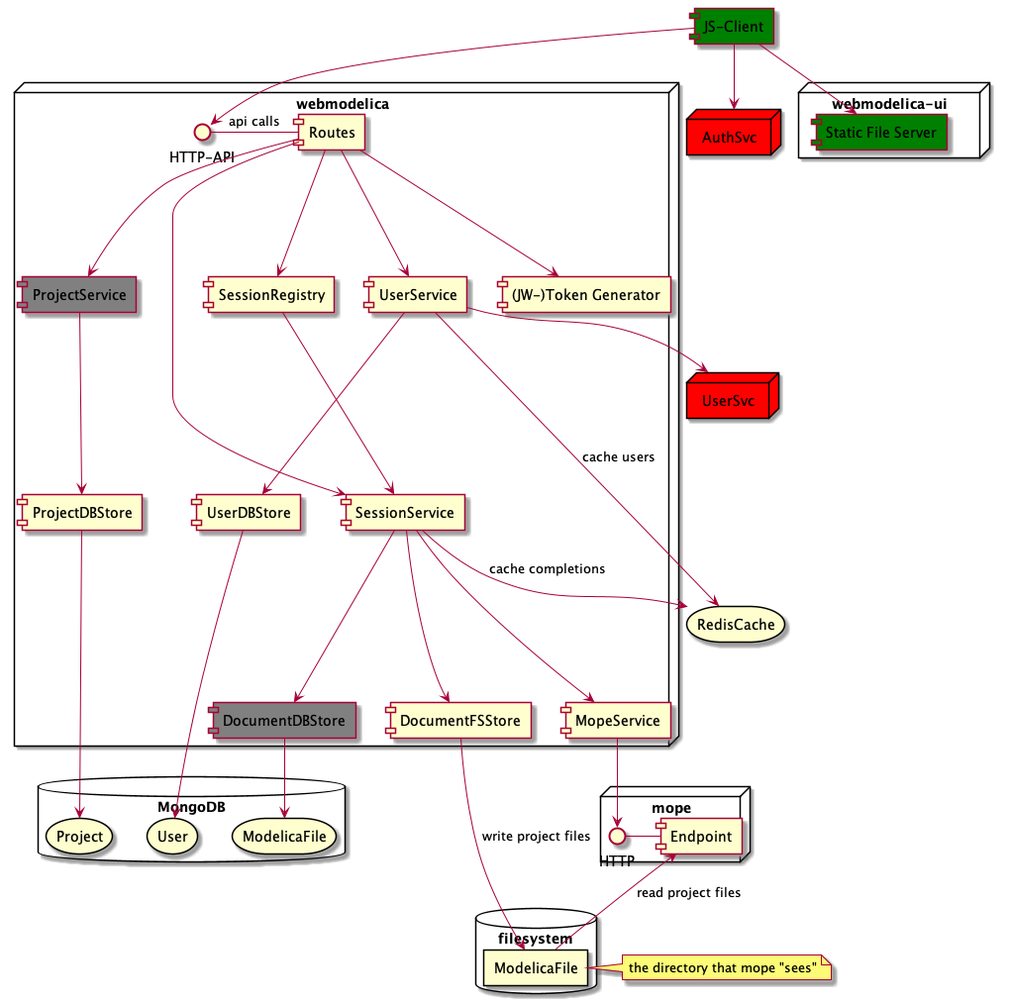
Above: doc/images/components.png in THM-MoTE/webmodelica (PlantUML), before the change. The source it was exported from:
```plantuml
@startuml

[JS-Client] #Green

node UserSvc #red
node AuthSvc #red

node "webmodelica-ui" {
  [Static File Server] #Green
  [JS-Client] --> [Static File Server]
}

node "webmodelica" {
  () "HTTP-API" as wm_http
  [JS-Client] --> wm_http
  [JS-Client] --> AuthSvc
  [ProjectService] #Grey
  [UserService] --> UserSvc
  [DocumentDBStore] #Grey
  wm_http - [Routes] : "api calls"

  [Routes] --> [SessionService]
  [Routes] --> [SessionRegistry]
  [Routes] --> [ProjectService]
  [Routes] --> [UserService]
  [Routes] --> [(JW-)Token Generator]

  [ProjectService] --> [ProjectDBStore]
  [UserService] --> [UserDBStore]

  [SessionRegistry] --> [SessionService]

  [SessionService] --> [DocumentFSStore]
  [SessionService] --> [DocumentDBStore]
  [SessionService] --> [MopeService]
}

node "mope" {
  () "HTTP" as mope_http
  [MopeService] --> mope_http
  mope_http - [Endpoint]
}

storage RedisCache

database MongoDB {
  storage User
  storage Project
  storage ModelicaFile as doc_file
}

database "filesystem" {
  rectangle ModelicaFile as fs_file
}
note left of fs_file : the directory that mope "sees"

[ProjectDBStore] --> Project
[UserDBStore] --> User
[UserService] --> RedisCache : cache users
[SessionService] --> RedisCache : cache completions
[DocumentDBStore] --> doc_file
[DocumentFSStore] --> fs_file : write project files

[Endpoint] <-- fs_file : read project files
@enduml
```
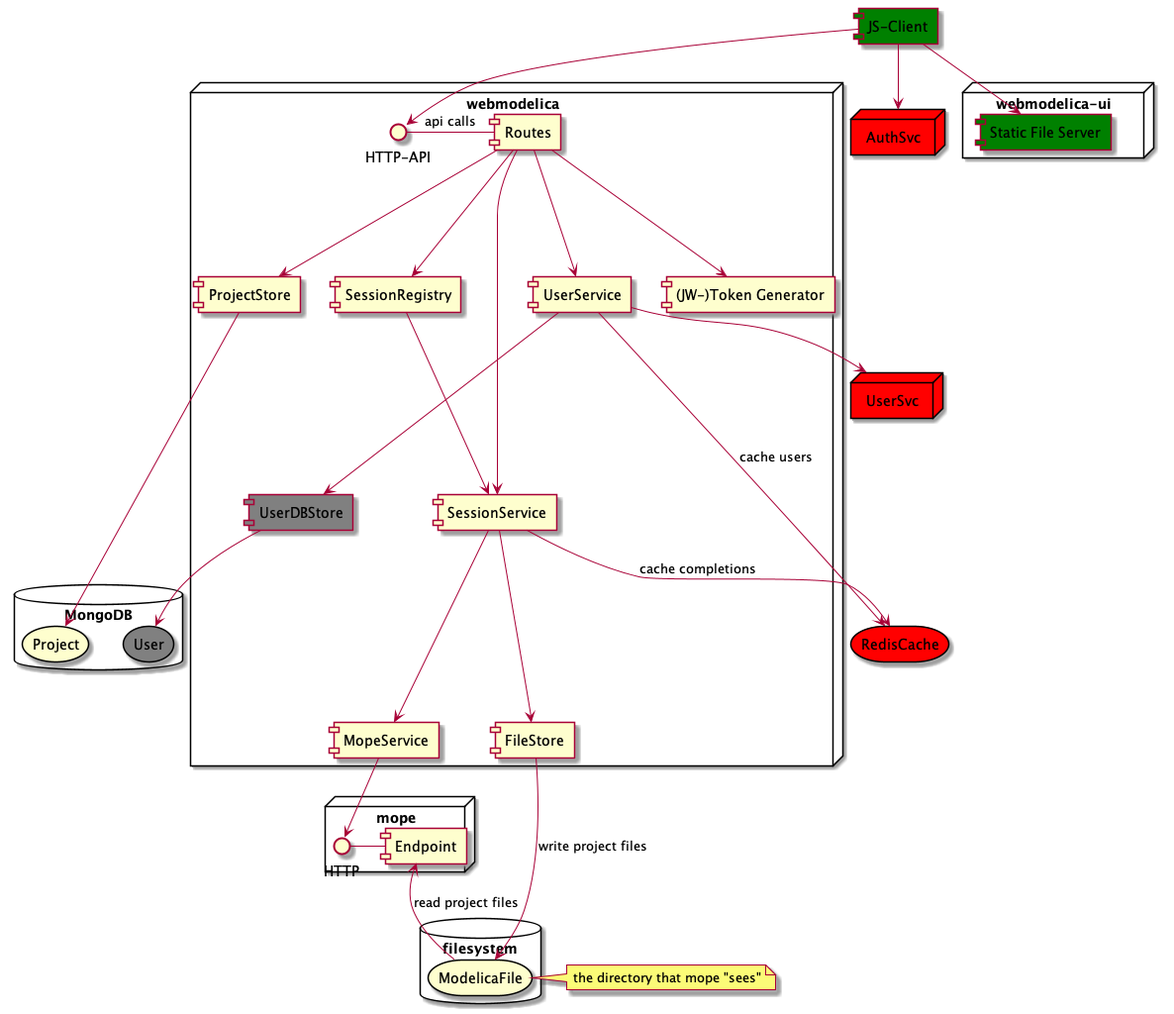
After the commit.

Commit message:
update components diagram

Diff of the diagram source:
```diff
@@ -14,24 +14,20 @@
   () "HTTP-API" as wm_http
   [JS-Client] --> wm_http
   [JS-Client] --> AuthSvc
-  [ProjectService] #Grey
   [UserService] --> UserSvc
-  [DocumentDBStore] #Grey
   wm_http - [Routes] : "api calls"
 
   [Routes] --> [SessionService]
   [Routes] --> [SessionRegistry]
-  [Routes] --> [ProjectService]
+  [Routes] --> [ProjectStore]
   [Routes] --> [UserService]
   [Routes] --> [(JW-)Token Generator]
 
-  [ProjectService] --> [ProjectDBStore]
   [UserService] --> [UserDBStore]
 
   [SessionRegistry] --> [SessionService]
 
-  [SessionService] --> [DocumentFSStore]
-  [SessionService] --> [DocumentDBStore]
+  [SessionService] --> [FileStore]
   [SessionService] --> [MopeService]
 }
 
@@ -41,25 +37,25 @@
   mope_http - [Endpoint]
 }
 
-storage RedisCache
+storage RedisCache #red
 
 database MongoDB {
-  storage User
   storage Project
-  storage ModelicaFile as doc_file
+  storage User #grey
 }
 
 database "filesystem" {
-  rectangle ModelicaFile as fs_file
+  storage ModelicaFile as fs_file
 }
 note left of fs_file : the directory that mope "sees"
 
-[ProjectDBStore] --> Project
+[UserDBStore] #grey
+
+[ProjectStore] --> Project
 [UserDBStore] --> User
 [UserService] --> RedisCache : cache users
 [SessionService] --> RedisCache : cache completions
-[DocumentDBStore] --> doc_file
-[DocumentFSStore] --> fs_file : write project files
+[FileStore] --> fs_file : write project files
 
 [Endpoint] <-- fs_file : read project files
 @enduml
```
